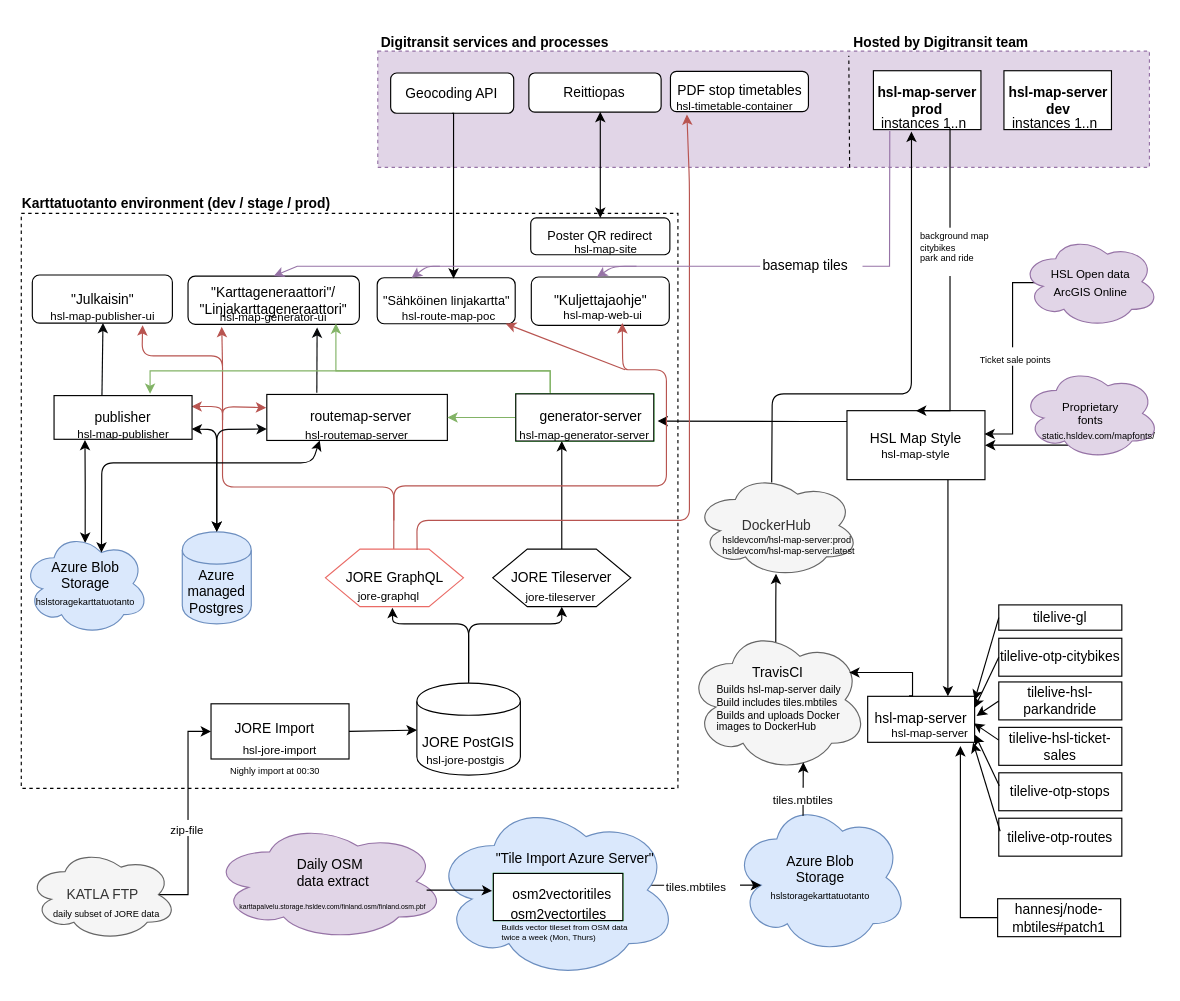
The draw.io diagram Process schema/karttatuotanto-flow.drawio in HSLdevcom/hsl-map-documentation, before the edit. Source tidied: cells renumbered, new cells numbered last; positions are measured from the earlier drawing's top-left corner, leaving out a move shared by most shapes. Both pictures are drawn from the tidied source at 115%, with x=0, y=0 at pixel (20, 18).
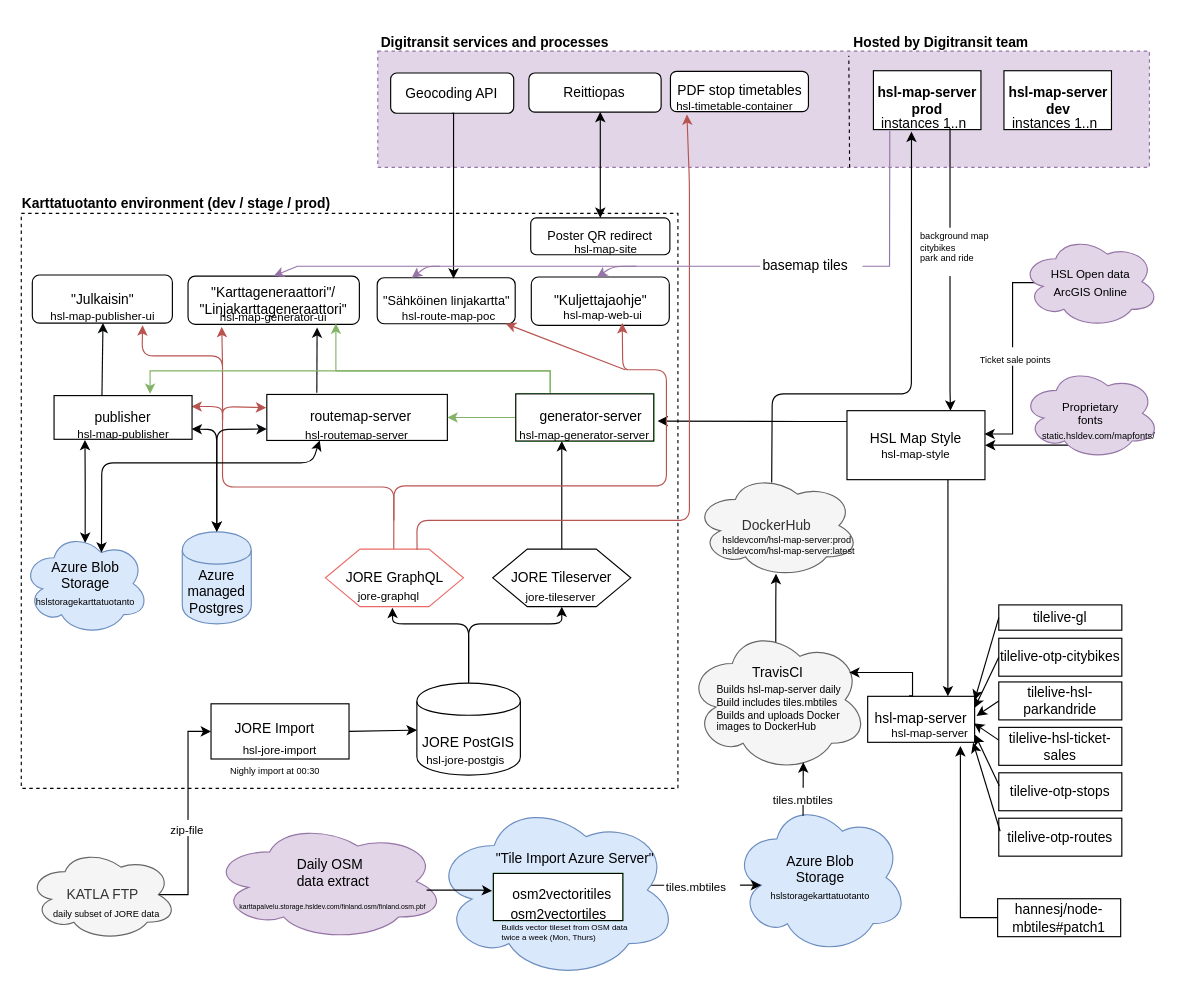
After the change.

The change refers to these unchanged cells:
```xml
<mxCell id="41" value="&lt;div&gt;HSL Map Style&lt;br&gt;&lt;/div&gt;&lt;div style=&quot;font-size: 10px&quot;&gt;hsl-map-style&lt;/div&gt;" style="rounded=0;whiteSpace=wrap;html=1;shadow=0;glass=0;comic=0;" parent="1" vertex="1">
  <mxGeometry x="719" y="340.6" width="120" height="60" as="geometry" />
</mxCell>
<mxCell id="110" value="instances 1..n" style="text;html=1;points=[];align=left;verticalAlign=top;spacingTop=-4;fontStyle=0;" parent="108" vertex="1">
  <mxGeometry x="126" y="16.1" width="87" height="14" as="geometry" />
</mxCell>
```

Change to the diagram source:
```diff
@@
-    <mxCell id="129" style="edgeStyle=orthogonalEdgeStyle;rounded=0;jettySize=auto;html=1;entryX=0.5;entryY=0;entryDx=0;entryDy=0;exitX=0.708;exitY=1.003;exitDx=0;exitDy=0;exitPerimeter=0;" parent="1" edge="1" source="110" target="41">
+    <mxCell id="129" style="edgeStyle=orthogonalEdgeStyle;rounded=0;jettySize=auto;html=1;entryX=0.75;entryY=0;entryDx=0;entryDy=0;exitX=0.708;exitY=1.003;exitDx=0;exitDy=0;exitPerimeter=0;" parent="1" edge="1" source="110" target="41">
       <mxGeometry relative="1" as="geometry">
         <Array as="points">
-          <mxPoint x="809" y="341" />
+          <mxPoint x="809" y="323" />
+          <mxPoint x="809" y="323" />
         </Array>
       </mxGeometry>
     </mxCell>
```
